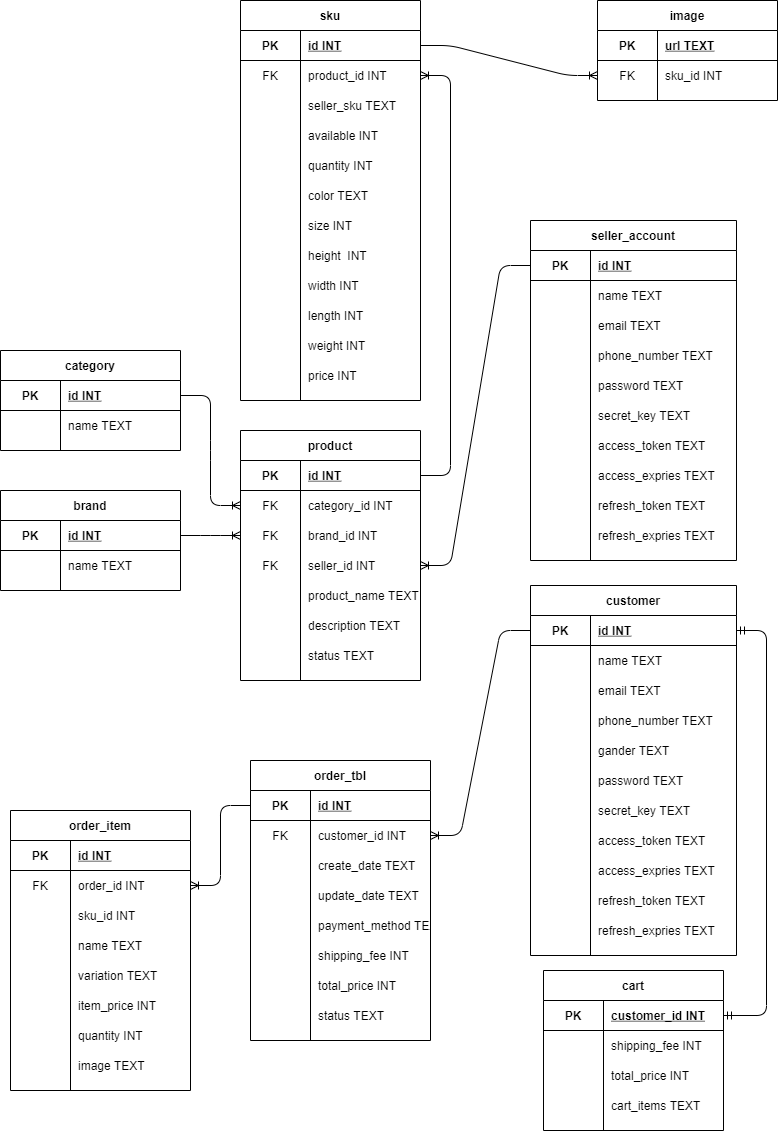
Before: sqlite/ERD.png, a diagram exported from draw.io (TikTzuki/eShope). Source tidied: cells renumbered, new cells last; positions are measured from the earlier drawing's top-left corner, leaving out a move shared by most shapes.
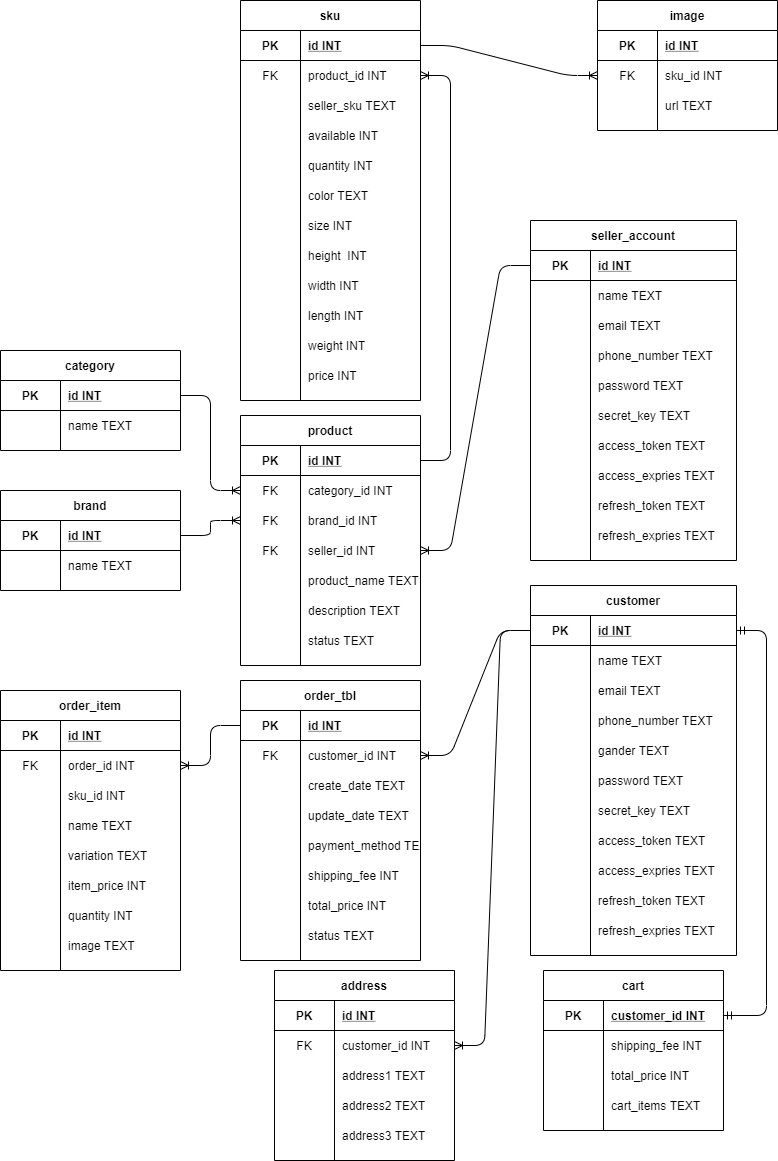
Above is the later version.

Change to the diagram source:
```diff
@@ -297,7 +297,7 @@
       <mxGeometry x="60" width="120" height="30" as="geometry" />
     </mxCell>
     <mxCell id="100" value="order_tbl" style="shape=table;startSize=30;rowLines=0;fontStyle=1;align=center;" parent="1" vertex="1">
-      <mxGeometry x="250" y="760" width="180" height="280" as="geometry" />
+      <mxGeometry x="240" y="680" width="180" height="280" as="geometry" />
     </mxCell>
     <mxCell id="101" style="shape=partialRectangle;fillColor=none;top=0;left=0;bottom=1;right=0;points=[[0,0.5],[1,0.5]];portConstraint=eastwest;" parent="100" vertex="1">
       <mxGeometry y="30" width="180" height="30" as="geometry" />
@@ -372,7 +372,7 @@
       <mxGeometry x="60" width="120" height="30" as="geometry" />
     </mxCell>
     <mxCell id="125" value="order_item" style="shape=table;startSize=30;rowLines=0;fontStyle=1;align=center;" parent="1" vertex="1">
-      <mxGeometry x="10" y="810" width="180" height="280" as="geometry" />
+      <mxGeometry y="690" width="180" height="280" as="geometry" />
     </mxCell>
     <mxCell id="126" style="shape=partialRectangle;fillColor=none;top=0;left=0;bottom=1;right=0;" parent="125" vertex="1">
       <mxGeometry y="30" width="180" height="30" as="geometry" />
@@ -447,7 +447,7 @@
       <mxGeometry x="60" width="120" height="30" as="geometry" />
     </mxCell>
     <mxCell id="150" value="product" style="shape=table;startSize=30;rowLines=0;fontStyle=1;align=center;" parent="1" vertex="1">
-      <mxGeometry x="240" y="430" width="180" height="250" as="geometry" />
+      <mxGeometry x="240" y="415" width="180" height="250" as="geometry" />
     </mxCell>
     <mxCell id="151" style="shape=partialRectangle;fillColor=none;top=0;left=0;bottom=1;right=0;points=[[0,0.5],[1,0.5]];portConstraint=eastwest;" parent="150" vertex="1">
       <mxGeometry y="30" width="180" height="30" as="geometry" />
@@ -513,7 +513,7 @@
       <mxGeometry x="60" width="120" height="30" as="geometry" />
     </mxCell>
     <mxCell id="172" value="image" style="shape=table;startSize=30;rowLines=0;fontStyle=1;align=center;" parent="1" vertex="1">
-      <mxGeometry x="597" width="180" height="100" as="geometry" />
+      <mxGeometry x="597" width="180" height="130" as="geometry" />
     </mxCell>
     <mxCell id="173" style="shape=partialRectangle;fillColor=none;top=0;left=0;bottom=1;right=0;" parent="172" vertex="1">
       <mxGeometry y="30" width="180" height="30" as="geometry" />
@@ -521,7 +521,7 @@
     <mxCell id="174" value="PK" style="shape=partialRectangle;fillColor=none;top=0;left=0;bottom=0;right=0;fontStyle=1;overflow=hidden;" parent="173" vertex="1">
       <mxGeometry width="60" height="30" as="geometry" />
     </mxCell>
-    <mxCell id="175" value="url TEXT" style="shape=partialRectangle;fillColor=none;top=0;left=0;bottom=0;right=0;align=left;spacingLeft=6;fontStyle=5;overflow=hidden;" parent="173" vertex="1">
+    <mxCell id="175" value="id INT" style="shape=partialRectangle;fillColor=none;top=0;left=0;bottom=0;right=0;align=left;spacingLeft=6;fontStyle=5;overflow=hidden;" parent="173" vertex="1">
       <mxGeometry x="60" width="120" height="30" as="geometry" />
     </mxCell>
     <mxCell id="176" style="shape=partialRectangle;fillColor=none;top=0;left=0;bottom=0;right=0;points=[[0,0.5],[1,0.5]];portConstraint=eastwest;" parent="172" vertex="1">
@@ -533,6 +533,15 @@
     <mxCell id="178" value="sku_id INT" style="shape=partialRectangle;fillColor=none;top=0;left=0;bottom=0;right=0;align=left;spacingLeft=6;overflow=hidden;" parent="176" vertex="1">
       <mxGeometry x="60" width="120" height="30" as="geometry" />
     </mxCell>
+    <mxCell id="218" style="shape=partialRectangle;fillColor=none;top=0;left=0;bottom=0;right=0;" parent="172" vertex="1">
+      <mxGeometry y="90" width="180" height="30" as="geometry" />
+    </mxCell>
+    <mxCell id="219" style="shape=partialRectangle;fillColor=none;top=0;left=0;bottom=0;right=0;overflow=hidden;" parent="218" vertex="1">
+      <mxGeometry width="60" height="30" as="geometry" />
+    </mxCell>
+    <mxCell id="220" value="url TEXT" style="shape=partialRectangle;fillColor=none;top=0;left=0;bottom=0;right=0;align=left;spacingLeft=6;overflow=hidden;" parent="218" vertex="1">
+      <mxGeometry x="60" width="120" height="30" as="geometry" />
+    </mxCell>
     <mxCell id="179" value="seller_account" style="shape=table;startSize=30;rowLines=0;fontStyle=1;align=center;" parent="1" vertex="1">
       <mxGeometry x="530" y="220" width="206" height="340" as="geometry" />
     </mxCell>
@@ -650,5 +659,56 @@
     <mxCell id="217" style="edgeStyle=entityRelationEdgeStyle;fontSize=12;html=1;endArrow=ERmandOne;startArrow=ERmandOne;" parent="1" edge="1" source="10" target="30">
       <mxGeometry relative="1" as="geometry" />
     </mxCell>
+    <mxCell id="221" value="address" style="shape=table;startSize=30;rowLines=0;fontStyle=1;align=center;" parent="1" vertex="1">
+      <mxGeometry x="274" y="970" width="180" height="190" as="geometry" />
+    </mxCell>
+    <mxCell id="222" style="shape=partialRectangle;fillColor=none;top=0;left=0;bottom=1;right=0;" parent="221" vertex="1">
+      <mxGeometry y="30" width="180" height="30" as="geometry" />
+    </mxCell>
+    <mxCell id="223" value="PK" style="shape=partialRectangle;fillColor=none;top=0;left=0;bottom=0;right=0;fontStyle=1;overflow=hidden;" parent="222" vertex="1">
+      <mxGeometry width="60" height="30" as="geometry" />
+    </mxCell>
+    <mxCell id="224" value="id INT" style="shape=partialRectangle;fillColor=none;top=0;left=0;bottom=0;right=0;align=left;spacingLeft=6;fontStyle=5;overflow=hidden;" parent="222" vertex="1">
+      <mxGeometry x="60" width="120" height="30" as="geometry" />
+    </mxCell>
+    <mxCell id="225" style="shape=partialRectangle;fillColor=none;top=0;left=0;bottom=0;right=0;points=[[0,0.5],[1,0.5]];portConstraint=eastwest;" parent="221" vertex="1">
+      <mxGeometry y="60" width="180" height="30" as="geometry" />
+    </mxCell>
+    <mxCell id="226" value="FK" style="shape=partialRectangle;fillColor=none;top=0;left=0;bottom=0;right=0;overflow=hidden;" parent="225" vertex="1">
+      <mxGeometry width="60" height="30" as="geometry" />
+    </mxCell>
+    <mxCell id="227" value="customer_id INT" style="shape=partialRectangle;fillColor=none;top=0;left=0;bottom=0;right=0;align=left;spacingLeft=6;overflow=hidden;" parent="225" vertex="1">
+      <mxGeometry x="60" width="120" height="30" as="geometry" />
+    </mxCell>
+    <mxCell id="228" style="shape=partialRectangle;fillColor=none;top=0;left=0;bottom=0;right=0;" parent="221" vertex="1">
+      <mxGeometry y="90" width="180" height="30" as="geometry" />
+    </mxCell>
+    <mxCell id="229" style="shape=partialRectangle;fillColor=none;top=0;left=0;bottom=0;right=0;overflow=hidden;" parent="228" vertex="1">
+      <mxGeometry width="60" height="30" as="geometry" />
+    </mxCell>
+    <mxCell id="230" value="address1 TEXT" style="shape=partialRectangle;fillColor=none;top=0;left=0;bottom=0;right=0;align=left;spacingLeft=6;overflow=hidden;" parent="228" vertex="1">
+      <mxGeometry x="60" width="120" height="30" as="geometry" />
+    </mxCell>
+    <mxCell id="231" style="shape=partialRectangle;fillColor=none;top=0;left=0;bottom=0;right=0;" parent="221" vertex="1">
+      <mxGeometry y="120" width="180" height="30" as="geometry" />
+    </mxCell>
+    <mxCell id="232" style="shape=partialRectangle;fillColor=none;top=0;left=0;bottom=0;right=0;overflow=hidden;" parent="231" vertex="1">
+      <mxGeometry width="60" height="30" as="geometry" />
+    </mxCell>
+    <mxCell id="233" value="address2 TEXT" style="shape=partialRectangle;fillColor=none;top=0;left=0;bottom=0;right=0;align=left;spacingLeft=6;overflow=hidden;" parent="231" vertex="1">
+      <mxGeometry x="60" width="120" height="30" as="geometry" />
+    </mxCell>
+    <mxCell id="234" style="shape=partialRectangle;fillColor=none;top=0;left=0;bottom=0;right=0;" parent="221" vertex="1">
+      <mxGeometry y="150" width="180" height="30" as="geometry" />
+    </mxCell>
+    <mxCell id="235" style="shape=partialRectangle;fillColor=none;top=0;left=0;bottom=0;right=0;overflow=hidden;" parent="234" vertex="1">
+      <mxGeometry width="60" height="30" as="geometry" />
+    </mxCell>
+    <mxCell id="236" value="address3 TEXT" style="shape=partialRectangle;fillColor=none;top=0;left=0;bottom=0;right=0;align=left;spacingLeft=6;overflow=hidden;" parent="234" vertex="1">
+      <mxGeometry x="60" width="120" height="30" as="geometry" />
+    </mxCell>
+    <mxCell id="237" style="edgeStyle=entityRelationEdgeStyle;fontSize=12;html=1;endArrow=ERoneToMany;" parent="1" edge="1" source="30" target="225">
+      <mxGeometry relative="1" as="geometry" />
+    </mxCell>
   </root>
 </mxGraphModel>
```
